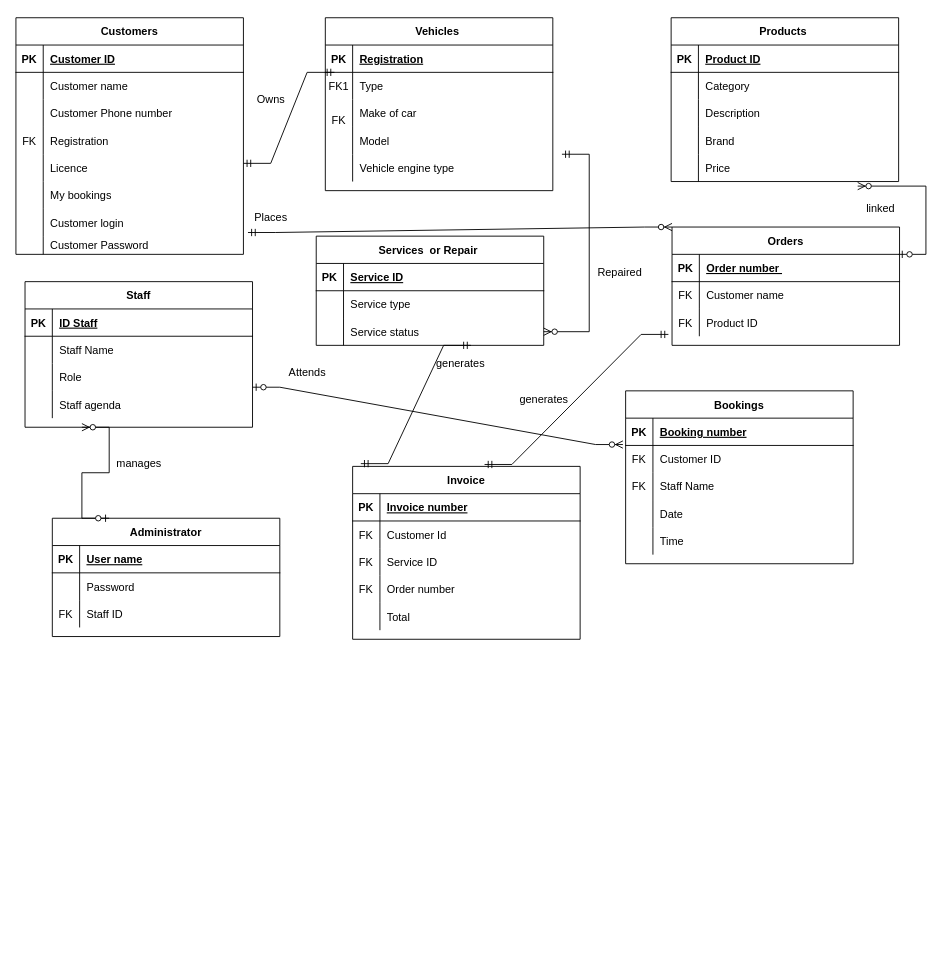
Above: Untitled Diagram.drawio in PriFlores/Garage-Database-design- (draw.io), before the change. Source tidied: cells renumbered, new cells numbered last; positions are measured from the earlier drawing's top-left corner, leaving out a move shared by most shapes. Both pictures are drawn from the tidied source at 91%, with x=0, y=0 at pixel (15, 17).
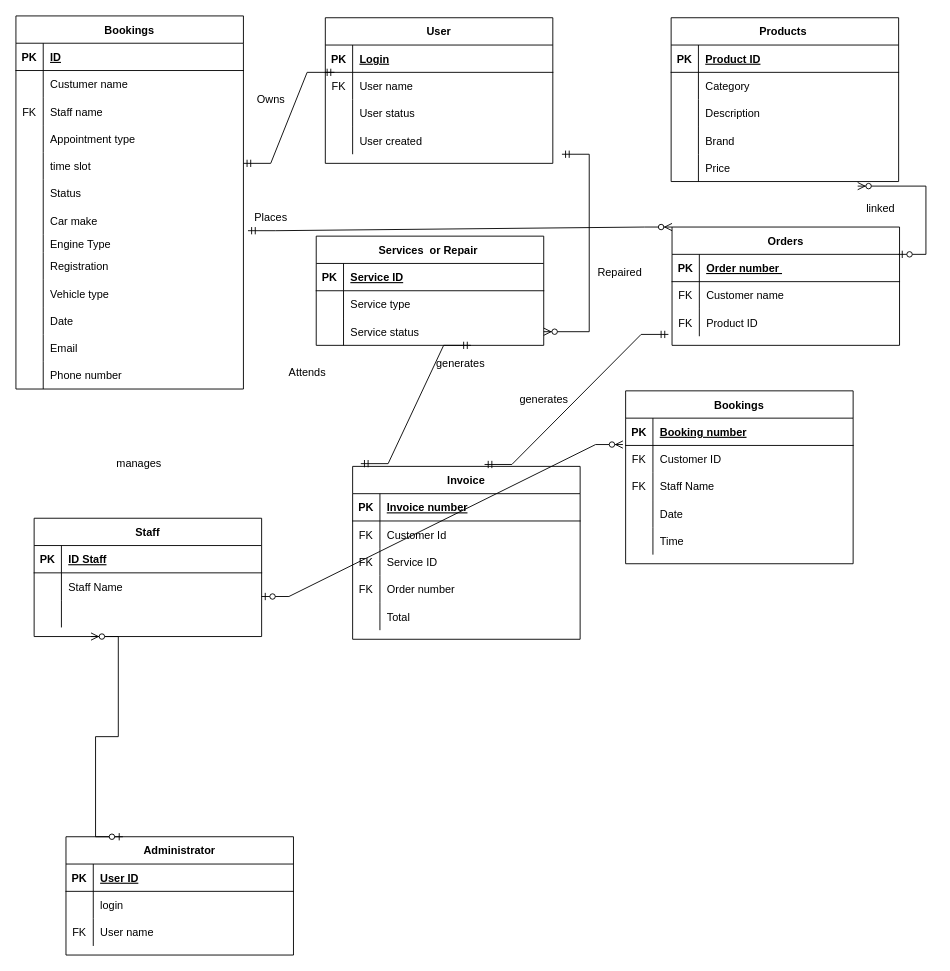
After the change.

Unchanged cells that the change refers to:
```xml
<mxCell id="13" style="shape=partialRectangle;fillColor=none;top=0;left=0;right=0;bottom=1;" parent="12" vertex="1">
  <mxGeometry y="30" width="250" height="30" as="geometry" />
</mxCell>
<mxCell id="16" style="shape=partialRectangle;fillColor=none;top=0;left=0;right=0;bottom=0;" parent="12" vertex="1">
  <mxGeometry y="60" width="250" height="30" as="geometry" />
</mxCell>
<mxCell id="19" style="shape=partialRectangle;fillColor=none;top=0;left=0;right=0;bottom=0;" parent="12" vertex="1">
  <mxGeometry y="90" width="250" height="30" as="geometry" />
</mxCell>
<mxCell id="22" style="shape=partialRectangle;fillColor=none;top=0;left=0;right=0;bottom=0;" parent="12" vertex="1">
  <mxGeometry y="120" width="250" height="30" as="geometry" />
</mxCell>
<mxCell id="25" style="shape=partialRectangle;fillColor=none;top=0;left=0;right=0;bottom=0;" parent="12" vertex="1">
  <mxGeometry y="150" width="250" height="30" as="geometry" />
</mxCell>
<mxCell id="28" style="shape=partialRectangle;fillColor=none;top=0;left=0;right=0;bottom=0;" parent="12" vertex="1">
  <mxGeometry y="180" width="250" height="30" as="geometry" />
</mxCell>
<mxCell id="31" style="shape=partialRectangle;fillColor=none;points=[[0,0.5],[1,0.5]];portConstraint=eastwest;top=0;left=0;right=0;bottom=0;" parent="12" vertex="1">
  <mxGeometry y="210" width="250" height="30" as="geometry" />
</mxCell>
<mxCell id="34" style="shape=partialRectangle;fillColor=none;top=0;left=0;right=0;bottom=0;" parent="12" vertex="1">
  <mxGeometry y="240" width="250" height="20" as="geometry" />
</mxCell>
<mxCell id="93" style="shape=partialRectangle;fillColor=none;top=0;left=0;right=0;bottom=1;" parent="92" vertex="1">
  <mxGeometry y="30" width="250" height="30" as="geometry" />
</mxCell>
<mxCell id="96" style="shape=partialRectangle;fillColor=none;top=0;left=0;right=0;bottom=0;" parent="92" vertex="1">
  <mxGeometry y="60" width="250" height="30" as="geometry" />
</mxCell>
<mxCell id="99" style="shape=partialRectangle;fillColor=none;top=0;left=0;right=0;bottom=0;" parent="92" vertex="1">
  <mxGeometry y="90" width="250" height="30" as="geometry" />
</mxCell>
<mxCell id="103" style="shape=partialRectangle;fillColor=none;top=0;left=0;right=0;bottom=1;" parent="102" vertex="1">
  <mxGeometry y="30" width="250" height="30" as="geometry" />
</mxCell>
<mxCell id="106" style="shape=partialRectangle;fillColor=none;top=0;left=0;right=0;bottom=0;" parent="102" vertex="1">
  <mxGeometry y="60" width="250" height="30" as="geometry" />
</mxCell>
<mxCell id="109" style="shape=partialRectangle;fillColor=none;top=0;left=0;right=0;bottom=0;" parent="102" vertex="1">
  <mxGeometry y="90" width="250" height="30" as="geometry" />
</mxCell>
<mxCell id="112" style="shape=partialRectangle;fillColor=none;top=0;left=0;right=0;bottom=0;" parent="102" vertex="1">
  <mxGeometry y="120" width="250" height="30" as="geometry" />
</mxCell>
```

The edit, as a diff of the source:
```diff
@@
-    <mxCell id="12" value="Customers" style="shape=table;startSize=30;childLayout=tableLayout;rowLines=0;fontStyle=1;align=center;" parent="1" vertex="1">
-      <mxGeometry width="250" height="260" as="geometry" />
+    <mxCell id="12" value="Bookings" style="shape=table;startSize=30;childLayout=tableLayout;rowLines=0;fontStyle=1;align=center;" parent="1" vertex="1">
+      <mxGeometry y="-2" width="250" height="410" as="geometry" />
     </mxCell>
@@
-    <mxCell id="15" value="Customer ID" style="shape=partialRectangle;overflow=hidden;fillColor=none;top=0;left=0;bottom=0;right=0;align=left;spacingLeft=6;fontStyle=5;" parent="13" vertex="1">
+    <mxCell id="15" value="ID" style="shape=partialRectangle;overflow=hidden;fillColor=none;top=0;left=0;bottom=0;right=0;align=left;spacingLeft=6;fontStyle=5;" parent="13" vertex="1">
       <mxGeometry x="30" width="220" height="30" as="geometry" />
     </mxCell>
@@
-    <mxCell id="18" value="Customer name " style="shape=partialRectangle;overflow=hidden;fillColor=none;top=0;left=0;bottom=0;right=0;align=left;spacingLeft=6;" parent="16" vertex="1">
+    <mxCell id="18" value="Custumer name " style="shape=partialRectangle;overflow=hidden;fillColor=none;top=0;left=0;bottom=0;right=0;align=left;spacingLeft=6;" parent="16" vertex="1">
       <mxGeometry x="30" width="220" height="30" as="geometry" />
     </mxCell>
@@
-    <mxCell id="20" style="shape=partialRectangle;overflow=hidden;fillColor=none;top=0;left=0;bottom=0;right=0;" parent="19" vertex="1">
+    <mxCell id="20" value="FK" style="shape=partialRectangle;overflow=hidden;fillColor=none;top=0;left=0;bottom=0;right=0;" parent="19" vertex="1">
       <mxGeometry width="30" height="30" as="geometry" />
     </mxCell>
-    <mxCell id="21" value="Customer Phone number" style="shape=partialRectangle;overflow=hidden;fillColor=none;top=0;left=0;bottom=0;right=0;align=left;spacingLeft=6;" parent="19" vertex="1">
+    <mxCell id="21" value="Staff name" style="shape=partialRectangle;overflow=hidden;fillColor=none;top=0;left=0;bottom=0;right=0;align=left;spacingLeft=6;" parent="19" vertex="1">
       <mxGeometry x="30" width="220" height="30" as="geometry" />
     </mxCell>
@@
-    <mxCell id="23" value="FK" style="shape=partialRectangle;overflow=hidden;fillColor=none;top=0;left=0;bottom=0;right=0;" parent="22" vertex="1">
+    <mxCell id="23" style="shape=partialRectangle;overflow=hidden;fillColor=none;top=0;left=0;bottom=0;right=0;" parent="22" vertex="1">
       <mxGeometry width="30" height="30" as="geometry" />
     </mxCell>
-    <mxCell id="24" value="Registration" style="shape=partialRectangle;overflow=hidden;fillColor=none;top=0;left=0;bottom=0;right=0;align=left;spacingLeft=6;" parent="22" vertex="1">
+    <mxCell id="24" value="Appointment type" style="shape=partialRectangle;overflow=hidden;fillColor=none;top=0;left=0;bottom=0;right=0;align=left;spacingLeft=6;" parent="22" vertex="1">
       <mxGeometry x="30" width="220" height="30" as="geometry" />
     </mxCell>
@@
-    <mxCell id="27" value="Licence" style="shape=partialRectangle;overflow=hidden;fillColor=none;top=0;left=0;bottom=0;right=0;align=left;spacingLeft=6;" parent="25" vertex="1">
+    <mxCell id="27" value="time slot" style="shape=partialRectangle;overflow=hidden;fillColor=none;top=0;left=0;bottom=0;right=0;align=left;spacingLeft=6;" parent="25" vertex="1">
       <mxGeometry x="30" width="220" height="30" as="geometry" />
     </mxCell>
@@
-    <mxCell id="30" value="My bookings " style="shape=partialRectangle;overflow=hidden;fillColor=none;top=0;left=0;bottom=0;right=0;align=left;spacingLeft=6;" parent="28" vertex="1">
+    <mxCell id="30" value="Status" style="shape=partialRectangle;overflow=hidden;fillColor=none;top=0;left=0;bottom=0;right=0;align=left;spacingLeft=6;" parent="28" vertex="1">
       <mxGeometry x="30" width="220" height="30" as="geometry" />
     </mxCell>
@@
-    <mxCell id="33" value="Customer login" style="shape=partialRectangle;overflow=hidden;fillColor=none;top=0;left=0;bottom=0;right=0;align=left;spacingLeft=6;" parent="31" vertex="1">
+    <mxCell id="33" value="Car make " style="shape=partialRectangle;overflow=hidden;fillColor=none;top=0;left=0;bottom=0;right=0;align=left;spacingLeft=6;" parent="31" vertex="1">
       <mxGeometry x="30" width="220" height="30" as="geometry" />
     </mxCell>
@@
-    <mxCell id="36" value="Customer Password " style="shape=partialRectangle;overflow=hidden;fillColor=none;top=0;left=0;bottom=0;right=0;align=left;spacingLeft=6;" parent="34" vertex="1">
+    <mxCell id="36" value="Engine Type" style="shape=partialRectangle;overflow=hidden;fillColor=none;top=0;left=0;bottom=0;right=0;align=left;spacingLeft=6;" parent="34" vertex="1">
       <mxGeometry x="30" width="220" height="20" as="geometry" />
     </mxCell>
+    <mxCell id="150" style="shape=partialRectangle;fillColor=none;top=0;left=0;right=0;bottom=0;" parent="12" vertex="1">
+      <mxGeometry y="260" width="250" height="30" as="geometry" />
+    </mxCell>
+    <mxCell id="151" style="shape=partialRectangle;overflow=hidden;fillColor=none;top=0;left=0;bottom=0;right=0;" parent="150" vertex="1">
+      <mxGeometry width="30" height="30" as="geometry" />
+    </mxCell>
+    <mxCell id="152" value="Registration " style="shape=partialRectangle;overflow=hidden;fillColor=none;top=0;left=0;bottom=0;right=0;align=left;spacingLeft=6;" parent="150" vertex="1">
+      <mxGeometry x="30" width="220" height="30" as="geometry" />
+    </mxCell>
+    <mxCell id="153" style="shape=partialRectangle;fillColor=none;top=0;left=0;right=0;bottom=0;" parent="12" vertex="1">
+      <mxGeometry y="290" width="250" height="30" as="geometry" />
+    </mxCell>
+    <mxCell id="154" style="shape=partialRectangle;overflow=hidden;fillColor=none;top=0;left=0;bottom=0;right=0;" parent="153" vertex="1">
+      <mxGeometry width="30" height="30" as="geometry" />
+    </mxCell>
+    <mxCell id="155" value="Vehicle type" style="shape=partialRectangle;overflow=hidden;fillColor=none;top=0;left=0;bottom=0;right=0;align=left;spacingLeft=6;" parent="153" vertex="1">
+      <mxGeometry x="30" width="220" height="30" as="geometry" />
+    </mxCell>
+    <mxCell id="156" style="shape=partialRectangle;fillColor=none;top=0;left=0;right=0;bottom=0;" parent="12" vertex="1">
+      <mxGeometry y="320" width="250" height="30" as="geometry" />
+    </mxCell>
+    <mxCell id="157" style="shape=partialRectangle;overflow=hidden;fillColor=none;top=0;left=0;bottom=0;right=0;" parent="156" vertex="1">
+      <mxGeometry width="30" height="30" as="geometry" />
+    </mxCell>
+    <mxCell id="158" value="Date" style="shape=partialRectangle;overflow=hidden;fillColor=none;top=0;left=0;bottom=0;right=0;align=left;spacingLeft=6;" parent="156" vertex="1">
+      <mxGeometry x="30" width="220" height="30" as="geometry" />
+    </mxCell>
+    <mxCell id="159" style="shape=partialRectangle;fillColor=none;top=0;left=0;right=0;bottom=0;" parent="12" vertex="1">
+      <mxGeometry y="350" width="250" height="30" as="geometry" />
+    </mxCell>
+    <mxCell id="160" style="shape=partialRectangle;overflow=hidden;fillColor=none;top=0;left=0;bottom=0;right=0;" parent="159" vertex="1">
+      <mxGeometry width="30" height="30" as="geometry" />
+    </mxCell>
+    <mxCell id="161" value="Email" style="shape=partialRectangle;overflow=hidden;fillColor=none;top=0;left=0;bottom=0;right=0;align=left;spacingLeft=6;" parent="159" vertex="1">
+      <mxGeometry x="30" width="220" height="30" as="geometry" />
+    </mxCell>
+    <mxCell id="162" style="shape=partialRectangle;fillColor=none;top=0;left=0;right=0;bottom=0;" parent="12" vertex="1">
+      <mxGeometry y="380" width="250" height="30" as="geometry" />
+    </mxCell>
+    <mxCell id="163" style="shape=partialRectangle;overflow=hidden;fillColor=none;top=0;left=0;bottom=0;right=0;" parent="162" vertex="1">
+      <mxGeometry width="30" height="30" as="geometry" />
+    </mxCell>
+    <mxCell id="164" value="Phone number " style="shape=partialRectangle;overflow=hidden;fillColor=none;top=0;left=0;bottom=0;right=0;align=left;spacingLeft=6;" parent="162" vertex="1">
+      <mxGeometry x="30" width="220" height="30" as="geometry" />
+    </mxCell>
@@
     <mxCell id="63" value="Staff" style="shape=table;startSize=30;childLayout=tableLayout;rowLines=0;fontStyle=1;align=center;" parent="1" vertex="1">
-      <mxGeometry x="10" y="290" width="250" height="160" as="geometry" />
+      <mxGeometry x="20" y="550" width="250" height="130" as="geometry" />
     </mxCell>
@@
-    <mxCell id="70" style="shape=partialRectangle;fillColor=none;top=0;left=0;right=0;bottom=0;" parent="63" vertex="1">
-      <mxGeometry y="90" width="250" height="30" as="geometry" />
-    </mxCell>
-    <mxCell id="71" style="shape=partialRectangle;overflow=hidden;fillColor=none;top=0;left=0;bottom=0;right=0;" parent="70" vertex="1">
-      <mxGeometry width="30" height="30" as="geometry" />
-    </mxCell>
-    <mxCell id="72" value="Role" style="shape=partialRectangle;overflow=hidden;fillColor=none;top=0;left=0;bottom=0;right=0;align=left;spacingLeft=6;" parent="70" vertex="1">
-      <mxGeometry x="30" width="220" height="30" as="geometry" />
-    </mxCell>
     <mxCell id="73" style="shape=partialRectangle;fillColor=none;points=[[0,0.5],[1,0.5]];portConstraint=eastwest;top=0;left=0;right=0;bottom=0;" parent="63" vertex="1">
-      <mxGeometry y="120" width="250" height="30" as="geometry" />
+      <mxGeometry y="90" width="250" height="30" as="geometry" />
     </mxCell>
@@
-    <mxCell id="75" value="Staff agenda " style="shape=partialRectangle;overflow=hidden;fillColor=none;top=0;left=0;bottom=0;right=0;align=left;spacingLeft=6;" parent="73" vertex="1">
+    <mxCell id="75" style="shape=partialRectangle;overflow=hidden;fillColor=none;top=0;left=0;bottom=0;right=0;align=left;spacingLeft=6;" parent="73" vertex="1">
       <mxGeometry x="30" width="220" height="30" as="geometry" />
     </mxCell>
@@
     <mxCell id="92" value="Administrator" style="shape=table;startSize=30;childLayout=tableLayout;rowLines=0;fontStyle=1;align=center;" parent="1" vertex="1">
-      <mxGeometry x="40" y="550" width="250" height="130" as="geometry" />
+      <mxGeometry x="55" y="900" width="250" height="130" as="geometry" />
     </mxCell>
@@
-    <mxCell id="95" value="User name" style="shape=partialRectangle;overflow=hidden;fillColor=none;top=0;left=0;bottom=0;right=0;align=left;spacingLeft=6;fontStyle=5;" parent="93" vertex="1">
+    <mxCell id="95" value="User ID" style="shape=partialRectangle;overflow=hidden;fillColor=none;top=0;left=0;bottom=0;right=0;align=left;spacingLeft=6;fontStyle=5;" parent="93" vertex="1">
       <mxGeometry x="30" width="220" height="30" as="geometry" />
     </mxCell>
@@
-    <mxCell id="98" value="Password" style="shape=partialRectangle;overflow=hidden;fillColor=none;top=0;left=0;bottom=0;right=0;align=left;spacingLeft=6;" parent="96" vertex="1">
+    <mxCell id="98" value="login" style="shape=partialRectangle;overflow=hidden;fillColor=none;top=0;left=0;bottom=0;right=0;align=left;spacingLeft=6;" parent="96" vertex="1">
       <mxGeometry x="30" width="220" height="30" as="geometry" />
     </mxCell>
@@
-    <mxCell id="101" value="Staff ID" style="shape=partialRectangle;overflow=hidden;fillColor=none;top=0;left=0;bottom=0;right=0;align=left;spacingLeft=6;" parent="99" vertex="1">
+    <mxCell id="101" value="User name" style="shape=partialRectangle;overflow=hidden;fillColor=none;top=0;left=0;bottom=0;right=0;align=left;spacingLeft=6;" parent="99" vertex="1">
       <mxGeometry x="30" width="220" height="30" as="geometry" />
     </mxCell>
-    <mxCell id="102" value="Vehicles " style="shape=table;startSize=30;childLayout=tableLayout;rowLines=0;fontStyle=1;align=center;" parent="1" vertex="1">
-      <mxGeometry x="340" width="250" height="190" as="geometry" />
+    <mxCell id="102" value="User" style="shape=table;startSize=30;childLayout=tableLayout;rowLines=0;fontStyle=1;align=center;" parent="1" vertex="1">
+      <mxGeometry x="340" width="250" height="160" as="geometry" />
     </mxCell>
@@
-    <mxCell id="105" value="Registration" style="shape=partialRectangle;overflow=hidden;fillColor=none;top=0;left=0;bottom=0;right=0;align=left;spacingLeft=6;fontStyle=5;" parent="103" vertex="1">
+    <mxCell id="105" value="Login" style="shape=partialRectangle;overflow=hidden;fillColor=none;top=0;left=0;bottom=0;right=0;align=left;spacingLeft=6;fontStyle=5;" parent="103" vertex="1">
       <mxGeometry x="30" width="220" height="30" as="geometry" />
     </mxCell>
@@
-    <mxCell id="107" value="FK1" style="shape=partialRectangle;overflow=hidden;fillColor=none;top=0;left=0;bottom=0;right=0;" parent="106" vertex="1">
+    <mxCell id="107" value="FK" style="shape=partialRectangle;overflow=hidden;fillColor=none;top=0;left=0;bottom=0;right=0;" parent="106" vertex="1">
       <mxGeometry width="30" height="30" as="geometry" />
     </mxCell>
-    <mxCell id="108" value="Type " style="shape=partialRectangle;overflow=hidden;fillColor=none;top=0;left=0;bottom=0;right=0;align=left;spacingLeft=6;" parent="106" vertex="1">
+    <mxCell id="108" value="User name " style="shape=partialRectangle;overflow=hidden;fillColor=none;top=0;left=0;bottom=0;right=0;align=left;spacingLeft=6;" parent="106" vertex="1">
       <mxGeometry x="30" width="220" height="30" as="geometry" />
     </mxCell>
@@
-    <mxCell id="110" value="&#10;FK" style="shape=partialRectangle;overflow=hidden;fillColor=none;top=0;left=0;bottom=0;right=0;" parent="109" vertex="1">
+    <mxCell id="110" style="shape=partialRectangle;overflow=hidden;fillColor=none;top=0;left=0;bottom=0;right=0;" parent="109" vertex="1">
       <mxGeometry width="30" height="30" as="geometry" />
     </mxCell>
-    <mxCell id="111" value="Make of car " style="shape=partialRectangle;overflow=hidden;fillColor=none;top=0;left=0;bottom=0;right=0;align=left;spacingLeft=6;" parent="109" vertex="1">
+    <mxCell id="111" value="User status" style="shape=partialRectangle;overflow=hidden;fillColor=none;top=0;left=0;bottom=0;right=0;align=left;spacingLeft=6;" parent="109" vertex="1">
       <mxGeometry x="30" width="220" height="30" as="geometry" />
     </mxCell>
@@
-    <mxCell id="114" value="Model" style="shape=partialRectangle;overflow=hidden;fillColor=none;top=0;left=0;bottom=0;right=0;align=left;spacingLeft=6;" parent="112" vertex="1">
+    <mxCell id="114" value="User created " style="shape=partialRectangle;overflow=hidden;fillColor=none;top=0;left=0;bottom=0;right=0;align=left;spacingLeft=6;" parent="112" vertex="1">
       <mxGeometry x="30" width="220" height="30" as="geometry" />
     </mxCell>
-    <mxCell id="115" style="shape=partialRectangle;fillColor=none;top=0;left=0;right=0;bottom=0;" parent="102" vertex="1">
-      <mxGeometry y="150" width="250" height="30" as="geometry" />
-    </mxCell>
-    <mxCell id="116" style="shape=partialRectangle;overflow=hidden;fillColor=none;top=0;left=0;bottom=0;right=0;" parent="115" vertex="1">
-      <mxGeometry width="30" height="30" as="geometry" />
-    </mxCell>
-    <mxCell id="117" value="Vehicle engine type" style="shape=partialRectangle;overflow=hidden;fillColor=none;top=0;left=0;bottom=0;right=0;align=left;spacingLeft=6;" parent="115" vertex="1">
-      <mxGeometry x="30" width="220" height="30" as="geometry" />
-    </mxCell>
```
